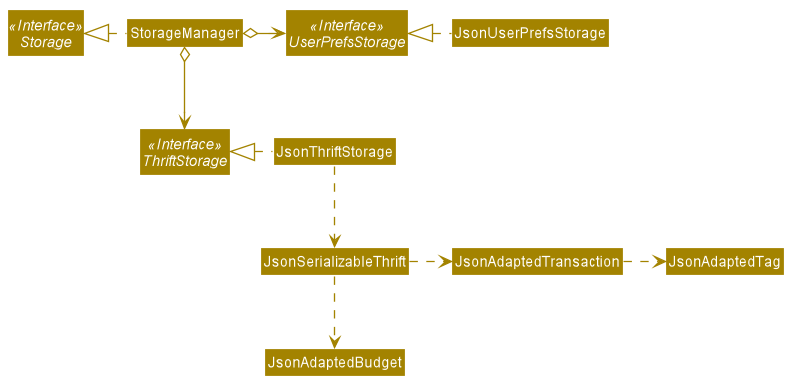
nus-cs2103-AY1920S1/addressbook-level3 keeps this PlantUML diagram as docs/images/StorageClassDiagram.png. Above is the earlier version.
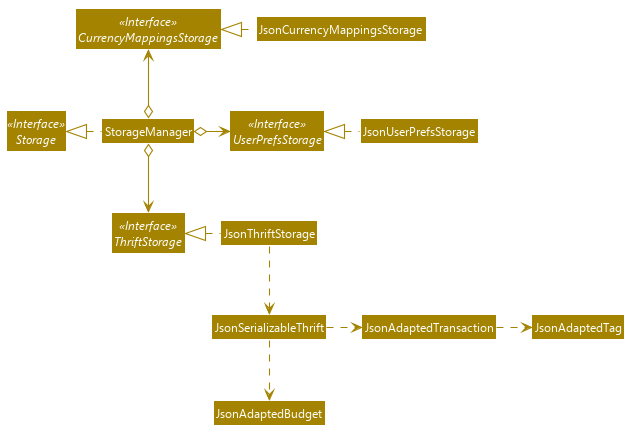
The same file after the commit.

Commit message:
Shift storage class diagram to image folder (#289)

What changed in the source:
```diff
@@ -11,18 +11,23 @@
 
 skinparam Shadowing false
 
+skinparam MinClassWidth 50
+skinparam ParticipantPadding 10
+skinparam DefaultTextAlignment center
+skinparam packageStyle Rectangle
+
+skinparam defaultFontName Segoe UI
+
 skinparam Class {
     FontColor #FFFFFF
     BorderThickness 1
     BorderColor #FFFFFF
     StereotypeFontColor #FFFFFF
-    FontName Arial
 }
 
 skinparam Actor {
     BorderColor #000000
     Color #000000
-    FontName Arial
 }
 
 skinparam Sequence {
@@ -30,7 +35,6 @@
     BoxFontSize 15
     BoxPadding 0
     BoxFontColor #FFFFFF
-    FontName Arial
 }
 
 skinparam Participant {
@@ -38,11 +42,6 @@
     Padding 20
 }
 
-skinparam MinClassWidth 50
-skinparam ParticipantPadding 10
-skinparam Shadowing false
-skinparam DefaultTextAlignment center
-skinparam packageStyle Rectangle
 
 hide footbox
 hide members
@@ -54,6 +53,7 @@
 Interface Storage <<Interface>>
 Interface UserPrefsStorage <<Interface>>
 Interface ThriftStorage <<Interface>>
+Interface CurrencyMappingsStorage <<Interface>>
 
 Class StorageManager
 Class JsonUserPrefsStorage
@@ -61,13 +61,16 @@
 Class JsonAdaptedBudget
 Class JsonAdaptedTag
 Class JsonAdaptedTransaction
+Class JsonCurrencyMappingsStorage
 
 StorageManager .left.|> Storage
 StorageManager o-right-> UserPrefsStorage
 StorageManager o--> ThriftStorage
+StorageManager o-up-> CurrencyMappingsStorage
 
 JsonUserPrefsStorage .left.|> UserPrefsStorage
 JsonThriftStorage .left.|> ThriftStorage
+JsonCurrencyMappingsStorage .left.|> CurrencyMappingsStorage
 JsonThriftStorage .down.> JsonSerializableThrift
 JsonSerializableThrift .right.> JsonAdaptedTransaction
 JsonSerializableThrift ..> JsonAdaptedBudget
```
